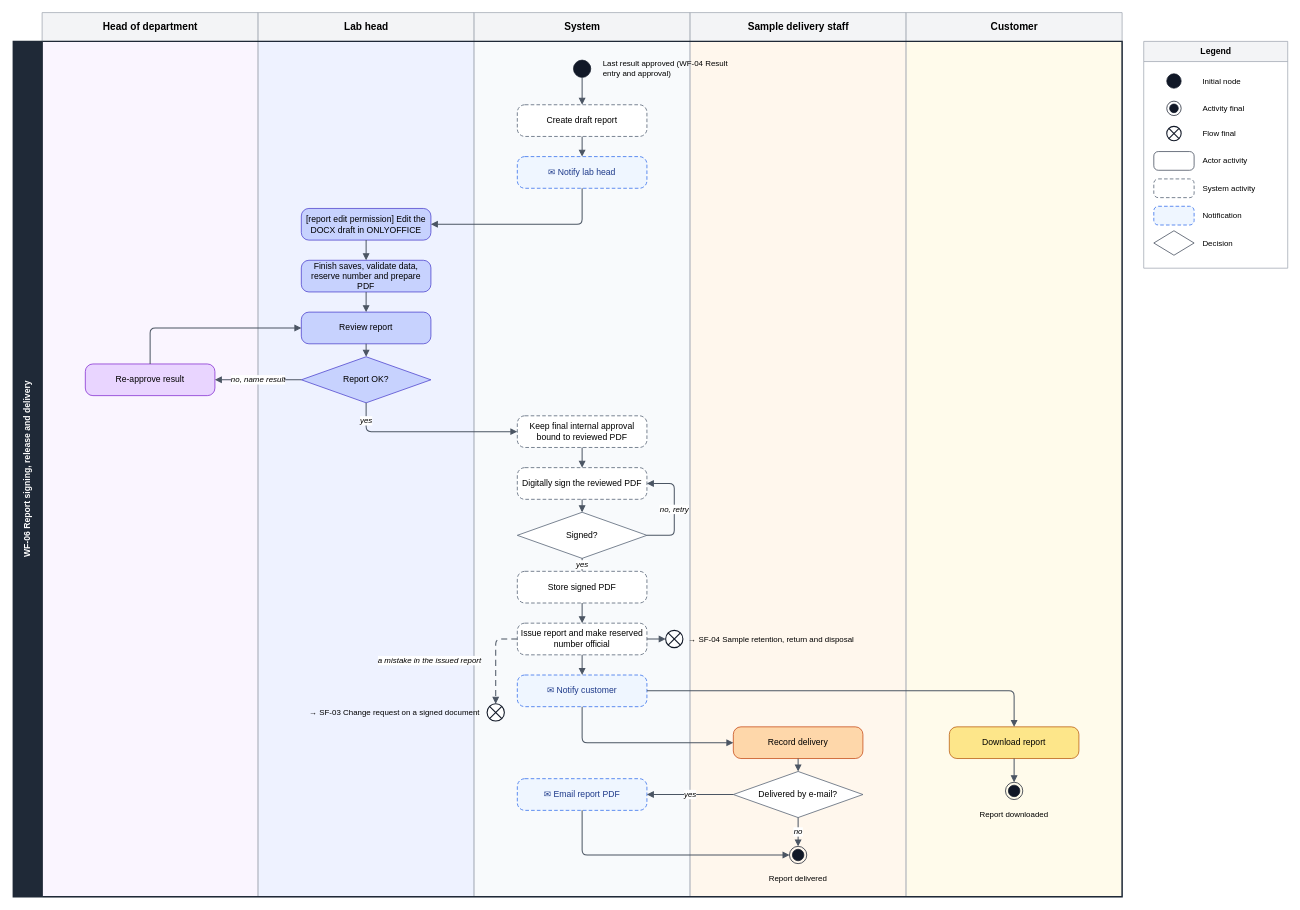
Earlier version of the draw.io diagram page "WF-06 Workflow" (1 of 2) of docs/reports/activity-diagram/flows-work-of-tuyen/[Flow] WF-06 Report signing, release and delivery.drawio (SoltuneMontepre/medilab). Source tidied: cells renumbered, new cells numbered last; positions are measured from the earlier drawing's top-left corner, leaving out a move shared by most shapes. Both pictures are drawn from the tidied source at 72%, with x=0, y=0 at pixel (13, 12).
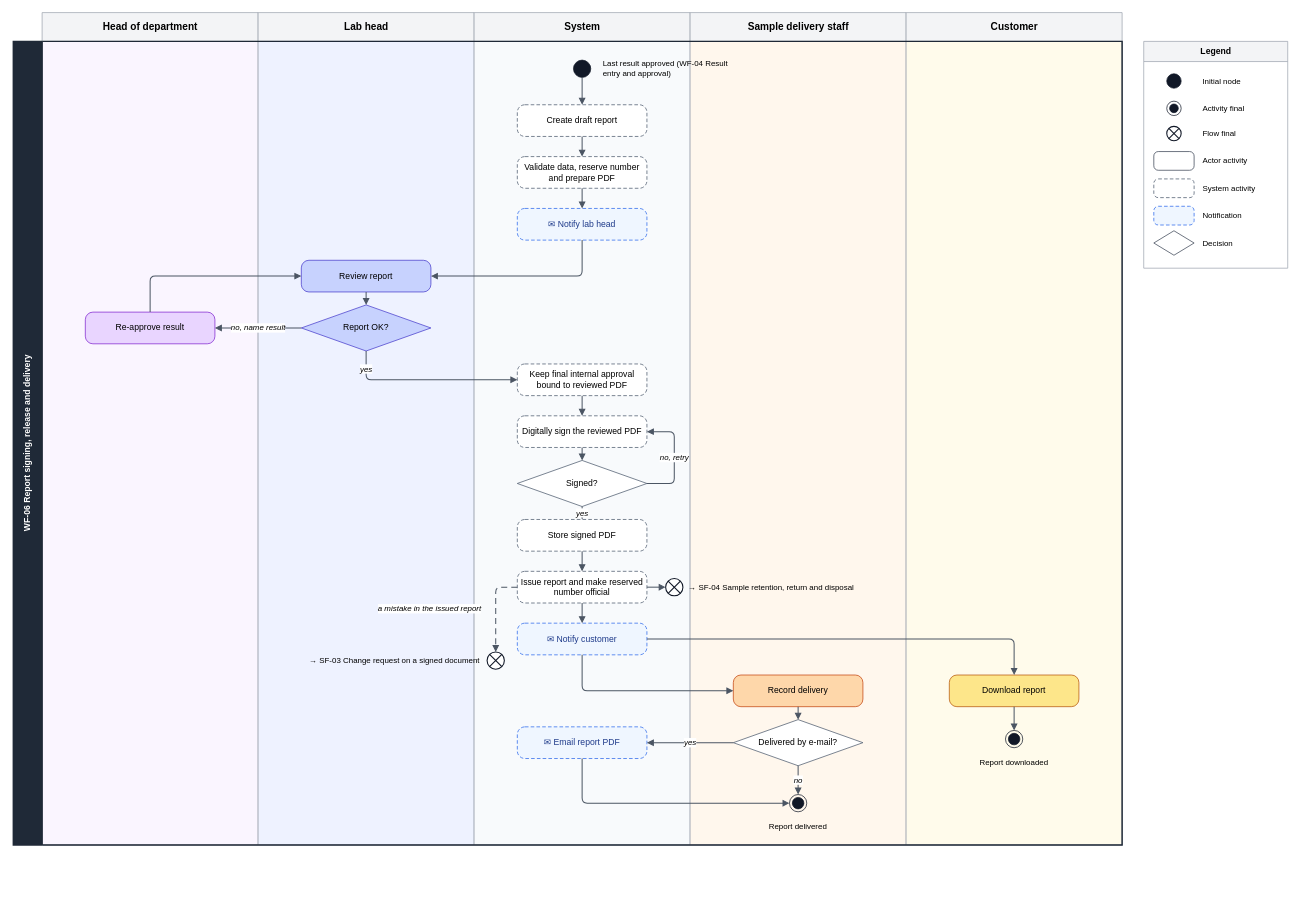
After the change.

The change refers to these unchanged cells:
```xml
<mxCell id="9" value="Create draft report" style="rounded=1;arcSize=24;dashed=1;dashPattern=5 3;whiteSpace=wrap;html=1;fontSize=12;fillColor=#FFFFFF;strokeColor=#475569;" parent="1" vertex="1">
  <mxGeometry x="700" y="128" width="180" height="44" as="geometry" />
</mxCell>
```

Change to the diagram source:
```diff
@@
     <mxCell id="2" value="Head of department" style="swimlane;startSize=40;fillColor=#F3F4F6;swimlaneFillColor=#FAF5FF;strokeColor=#9CA3AF;fontStyle=1;fontSize=14;html=1;" parent="1" vertex="1">
-      <mxGeometry x="40" width="300" height="1228" as="geometry" />
+      <mxGeometry x="40" width="300" height="1156" as="geometry" />
     </mxCell>
     <mxCell id="3" value="Lab head" style="swimlane;startSize=40;fillColor=#F3F4F6;swimlaneFillColor=#EEF2FF;strokeColor=#9CA3AF;fontStyle=1;fontSize=14;html=1;" parent="1" vertex="1">
-      <mxGeometry x="340" width="300" height="1228" as="geometry" />
+      <mxGeometry x="340" width="300" height="1156" as="geometry" />
     </mxCell>
     <mxCell id="4" value="System" style="swimlane;startSize=40;fillColor=#F3F4F6;swimlaneFillColor=#F8FAFC;strokeColor=#9CA3AF;fontStyle=1;fontSize=14;html=1;" parent="1" vertex="1">
-      <mxGeometry x="640" width="300" height="1228" as="geometry" />
+      <mxGeometry x="640" width="300" height="1156" as="geometry" />
     </mxCell>
     <mxCell id="5" value="Sample delivery staff" style="swimlane;startSize=40;fillColor=#F3F4F6;swimlaneFillColor=#FFF7ED;strokeColor=#9CA3AF;fontStyle=1;fontSize=14;html=1;" parent="1" vertex="1">
-      <mxGeometry x="940" width="300" height="1228" as="geometry" />
+      <mxGeometry x="940" width="300" height="1156" as="geometry" />
     </mxCell>
     <mxCell id="6" value="Customer" style="swimlane;startSize=40;fillColor=#F3F4F6;swimlaneFillColor=#FFFBEB;strokeColor=#9CA3AF;fontStyle=1;fontSize=14;html=1;" parent="1" vertex="1">
-      <mxGeometry x="1240" width="300" height="1228" as="geometry" />
+      <mxGeometry x="1240" width="300" height="1156" as="geometry" />
     </mxCell>
@@
     <mxCell id="10" value="✉ Notify lab head" style="rounded=1;arcSize=24;dashed=1;dashPattern=5 3;whiteSpace=wrap;html=1;fontSize=12;fillColor=#EFF6FF;strokeColor=#2563EB;fontColor=#1E3A8A;" parent="1" vertex="1">
-      <mxGeometry x="700" y="200" width="180" height="44" as="geometry" />
+      <mxGeometry x="700" y="272" width="180" height="44" as="geometry" />
     </mxCell>
-    <mxCell id="11" value="[report edit permission] Edit the DOCX draft in ONLYOFFICE" style="rounded=1;arcSize=24;whiteSpace=wrap;html=1;fontSize=12;fillColor=#C7D2FE;strokeColor=#4338CA;" parent="1" vertex="1">
-      <mxGeometry x="400" y="272" width="180" height="44" as="geometry" />
-    </mxCell>
-    <mxCell id="12" value="Finish saves, validate data, reserve number and prepare PDF" style="rounded=1;arcSize=24;whiteSpace=wrap;html=1;fontSize=12;fillColor=#C7D2FE;strokeColor=#4338CA;" parent="1" vertex="1">
-      <mxGeometry x="400" y="344" width="180" height="44" as="geometry" />
+    <mxCell id="12" value="Validate data, reserve number and prepare PDF" style="rounded=1;arcSize=24;dashed=1;dashPattern=5 3;whiteSpace=wrap;html=1;fontSize=12;fillColor=#FFFFFF;strokeColor=#475569;" parent="1" vertex="1">
+      <mxGeometry x="700" y="200" width="180" height="44" as="geometry" />
     </mxCell>
     <mxCell id="13" value="Review report" style="rounded=1;arcSize=24;whiteSpace=wrap;html=1;fontSize=12;fillColor=#C7D2FE;strokeColor=#4338CA;" parent="1" vertex="1">
-      <mxGeometry x="400" y="416" width="180" height="44" as="geometry" />
+      <mxGeometry x="400" y="344" width="180" height="44" as="geometry" />
     </mxCell>
     <mxCell id="14" value="Report OK?" style="rhombus;whiteSpace=wrap;html=1;fontSize=12;fillColor=#C7D2FE;strokeColor=#4338CA;" parent="1" vertex="1">
-      <mxGeometry x="400" y="478" width="180" height="64" as="geometry" />
+      <mxGeometry x="400" y="406" width="180" height="64" as="geometry" />
     </mxCell>
     <mxCell id="15" value="Re-approve result" style="rounded=1;arcSize=24;whiteSpace=wrap;html=1;fontSize=12;fillColor=#E9D5FF;strokeColor=#7E22CE;" parent="1" vertex="1">
-      <mxGeometry x="100" y="488" width="180" height="44" as="geometry" />
+      <mxGeometry x="100" y="416" width="180" height="44" as="geometry" />
     </mxCell>
     <mxCell id="16" value="Keep final internal approval bound to reviewed PDF" style="rounded=1;arcSize=24;dashed=1;dashPattern=5 3;whiteSpace=wrap;html=1;fontSize=12;fillColor=#FFFFFF;strokeColor=#475569;" parent="1" vertex="1">
-      <mxGeometry x="700" y="560" width="180" height="44" as="geometry" />
+      <mxGeometry x="700" y="488" width="180" height="44" as="geometry" />
     </mxCell>
     <mxCell id="17" value="Digitally sign the reviewed PDF" style="rounded=1;arcSize=24;dashed=1;dashPattern=5 3;whiteSpace=wrap;html=1;fontSize=12;fillColor=#FFFFFF;strokeColor=#475569;" parent="1" vertex="1">
-      <mxGeometry x="700" y="632" width="180" height="44" as="geometry" />
+      <mxGeometry x="700" y="560" width="180" height="44" as="geometry" />
     </mxCell>
     <mxCell id="18" value="Signed?" style="rhombus;whiteSpace=wrap;html=1;fontSize=12;fillColor=#FFFFFF;strokeColor=#475569;" parent="1" vertex="1">
-      <mxGeometry x="700" y="694" width="180" height="64" as="geometry" />
+      <mxGeometry x="700" y="622" width="180" height="64" as="geometry" />
     </mxCell>
     <mxCell id="19" value="Store signed PDF" style="rounded=1;arcSize=24;dashed=1;dashPattern=5 3;whiteSpace=wrap;html=1;fontSize=12;fillColor=#FFFFFF;strokeColor=#475569;" parent="1" vertex="1">
-      <mxGeometry x="700" y="776" width="180" height="44" as="geometry" />
+      <mxGeometry x="700" y="704" width="180" height="44" as="geometry" />
     </mxCell>
     <mxCell id="20" value="Issue report and make reserved number official" style="rounded=1;arcSize=24;dashed=1;dashPattern=5 3;whiteSpace=wrap;html=1;fontSize=12;fillColor=#FFFFFF;strokeColor=#475569;" parent="1" vertex="1">
-      <mxGeometry x="700" y="848" width="180" height="44" as="geometry" />
+      <mxGeometry x="700" y="776" width="180" height="44" as="geometry" />
     </mxCell>
     <mxCell id="21" style="shape=sumEllipse;perimeter=ellipsePerimeter;html=1;fillColor=#FFFFFF;strokeColor=#111827;strokeWidth=1.5;" parent="1" vertex="1">
-      <mxGeometry x="906" y="858" width="24" height="24" as="geometry" />
+      <mxGeometry x="906" y="786" width="24" height="24" as="geometry" />
     </mxCell>
     <mxCell id="22" value="→ SF-04 Sample retention, return and disposal" style="text;html=1;whiteSpace=wrap;fontSize=11;verticalAlign=middle;align=left;" parent="1" vertex="1">
-      <mxGeometry x="936" y="850" width="240" height="40" as="geometry" />
+      <mxGeometry x="936" y="778" width="240" height="40" as="geometry" />
     </mxCell>
     <mxCell id="23" style="shape=sumEllipse;perimeter=ellipsePerimeter;html=1;fillColor=#FFFFFF;strokeColor=#111827;strokeWidth=1.5;" parent="1" vertex="1">
-      <mxGeometry x="658" y="960" width="24" height="24" as="geometry" />
+      <mxGeometry x="658" y="888" width="24" height="24" as="geometry" />
     </mxCell>
     <mxCell id="24" value="→ SF-03 Change request on a signed document" style="text;html=1;whiteSpace=wrap;fontSize=11;verticalAlign=middle;align=right;" parent="1" vertex="1">
-      <mxGeometry x="400" y="958" width="250" height="28" as="geometry" />
+      <mxGeometry x="400" y="886" width="250" height="28" as="geometry" />
     </mxCell>
     <mxCell id="25" value="✉ Notify customer" style="rounded=1;arcSize=24;dashed=1;dashPattern=5 3;whiteSpace=wrap;html=1;fontSize=12;fillColor=#EFF6FF;strokeColor=#2563EB;fontColor=#1E3A8A;" parent="1" vertex="1">
-      <mxGeometry x="700" y="920" width="180" height="44" as="geometry" />
+      <mxGeometry x="700" y="848" width="180" height="44" as="geometry" />
     </mxCell>
     <mxCell id="26" value="Record delivery" style="rounded=1;arcSize=24;whiteSpace=wrap;html=1;fontSize=12;fillColor=#FED7AA;strokeColor=#C2410C;" parent="1" vertex="1">
-      <mxGeometry x="1000" y="992" width="180" height="44" as="geometry" />
+      <mxGeometry x="1000" y="920" width="180" height="44" as="geometry" />
     </mxCell>
     <mxCell id="27" value="Delivered by e-mail?" style="rhombus;whiteSpace=wrap;html=1;fontSize=12;fillColor=#FFFFFF;strokeColor=#475569;" parent="1" vertex="1">
-      <mxGeometry x="1000" y="1054" width="180" height="64" as="geometry" />
+      <mxGeometry x="1000" y="982" width="180" height="64" as="geometry" />
     </mxCell>
     <mxCell id="28" value="✉ Email report PDF" style="rounded=1;arcSize=24;dashed=1;dashPattern=5 3;whiteSpace=wrap;html=1;fontSize=12;fillColor=#EFF6FF;strokeColor=#2563EB;fontColor=#1E3A8A;" parent="1" vertex="1">
-      <mxGeometry x="700" y="1064" width="180" height="44" as="geometry" />
+      <mxGeometry x="700" y="992" width="180" height="44" as="geometry" />
     </mxCell>
     <mxCell id="29" style="shape=endState;html=1;fillColor=#111827;strokeColor=#111827;" parent="1" vertex="1">
-      <mxGeometry x="1078" y="1158" width="24" height="24" as="geometry" />
+      <mxGeometry x="1078" y="1086" width="24" height="24" as="geometry" />
     </mxCell>
     <mxCell id="30" value="Report delivered" style="text;html=1;whiteSpace=wrap;fontSize=11;verticalAlign=middle;align=center;" parent="1" vertex="1">
-      <mxGeometry x="965" y="1189" width="250" height="28" as="geometry" />
+      <mxGeometry x="965" y="1117" width="250" height="28" as="geometry" />
     </mxCell>
     <mxCell id="31" value="Download report" style="rounded=1;arcSize=24;whiteSpace=wrap;html=1;fontSize=12;fillColor=#FDE68A;strokeColor=#B45309;" parent="1" vertex="1">
-      <mxGeometry x="1300" y="992" width="180" height="44" as="geometry" />
+      <mxGeometry x="1300" y="920" width="180" height="44" as="geometry" />
     </mxCell>
     <mxCell id="32" style="shape=endState;html=1;fillColor=#111827;strokeColor=#111827;" parent="1" vertex="1">
-      <mxGeometry x="1378" y="1069" width="24" height="24" as="geometry" />
+      <mxGeometry x="1378" y="997" width="24" height="24" as="geometry" />
     </mxCell>
     <mxCell id="33" value="Report downloaded" style="text;html=1;whiteSpace=wrap;fontSize=11;verticalAlign=middle;align=center;" parent="1" vertex="1">
-      <mxGeometry x="1265" y="1100" width="250" height="28" as="geometry" />
+      <mxGeometry x="1265" y="1028" width="250" height="28" as="geometry" />
     </mxCell>
@@
-    <mxCell id="35" style="edgeStyle=orthogonalEdgeStyle;rounded=1;arcSize=14;strokeColor=#4B5563;strokeWidth=1.4;endArrow=block;endFill=1;endSize=6;fontSize=11;fontStyle=2;labelBackgroundColor=#ffffff;jumpStyle=arc;jumpSize=8;html=1;exitX=0.5;exitY=1;exitDx=0;exitDy=0;entryX=0.5;entryY=0;entryDx=0;entryDy=0;" parent="1" edge="1" source="9" target="10">
+    <mxCell id="35" style="edgeStyle=orthogonalEdgeStyle;rounded=1;arcSize=14;strokeColor=#4B5563;strokeWidth=1.4;endArrow=block;endFill=1;endSize=6;fontSize=11;fontStyle=2;labelBackgroundColor=#ffffff;jumpStyle=arc;jumpSize=8;html=1;exitX=0.5;exitY=1;exitDx=0;exitDy=0;entryX=0.5;entryY=0;entryDx=0;entryDy=0;" parent="1" edge="1" source="9" target="12">
       <mxGeometry relative="1" as="geometry" />
     </mxCell>
-    <mxCell id="36" style="edgeStyle=orthogonalEdgeStyle;rounded=1;arcSize=14;strokeColor=#4B5563;strokeWidth=1.4;endArrow=block;endFill=1;endSize=6;fontSize=11;fontStyle=2;labelBackgroundColor=#ffffff;jumpStyle=arc;jumpSize=8;html=1;exitX=0.5;exitY=1;exitDx=0;exitDy=0;entryX=1;entryY=0.5;entryDx=0;entryDy=0;" parent="1" edge="1" source="10" target="11">
+    <mxCell id="36" style="edgeStyle=orthogonalEdgeStyle;rounded=1;arcSize=14;strokeColor=#4B5563;strokeWidth=1.4;endArrow=block;endFill=1;endSize=6;fontSize=11;fontStyle=2;labelBackgroundColor=#ffffff;jumpStyle=arc;jumpSize=8;html=1;exitX=0.5;exitY=1;exitDx=0;exitDy=0;entryX=1;entryY=0.5;entryDx=0;entryDy=0;" parent="1" edge="1" source="10" target="13">
       <mxGeometry relative="1" as="geometry">
         <Array as="points">
-          <mxPoint x="790" y="294" />
+          <mxPoint x="790" y="366" />
         </Array>
       </mxGeometry>
     </mxCell>
-    <mxCell id="37" style="edgeStyle=orthogonalEdgeStyle;rounded=1;arcSize=14;strokeColor=#4B5563;strokeWidth=1.4;endArrow=block;endFill=1;endSize=6;fontSize=11;fontStyle=2;labelBackgroundColor=#ffffff;jumpStyle=arc;jumpSize=8;html=1;exitX=0.5;exitY=1;exitDx=0;exitDy=0;entryX=0.5;entryY=0;entryDx=0;entryDy=0;" parent="1" edge="1" source="11" target="12">
+    <mxCell id="37" style="edgeStyle=orthogonalEdgeStyle;rounded=1;arcSize=14;strokeColor=#4B5563;strokeWidth=1.4;endArrow=block;endFill=1;endSize=6;fontSize=11;fontStyle=2;labelBackgroundColor=#ffffff;jumpStyle=arc;jumpSize=8;html=1;exitX=0.5;exitY=1;exitDx=0;exitDy=0;entryX=0.5;entryY=0;entryDx=0;entryDy=0;" parent="1" edge="1" source="12" target="10">
       <mxGeometry relative="1" as="geometry" />
     </mxCell>
-    <mxCell id="38" style="edgeStyle=orthogonalEdgeStyle;rounded=1;arcSize=14;strokeColor=#4B5563;strokeWidth=1.4;endArrow=block;endFill=1;endSize=6;fontSize=11;fontStyle=2;labelBackgroundColor=#ffffff;jumpStyle=arc;jumpSize=8;html=1;exitX=0.5;exitY=1;exitDx=0;exitDy=0;entryX=0.5;entryY=0;entryDx=0;entryDy=0;" parent="1" edge="1" source="12" target="13">
-      <mxGeometry relative="1" as="geometry" />
-    </mxCell>
@@
     <mxCell id="41" style="edgeStyle=orthogonalEdgeStyle;rounded=1;arcSize=14;strokeColor=#4B5563;strokeWidth=1.4;endArrow=block;endFill=1;endSize=6;fontSize=11;fontStyle=2;labelBackgroundColor=#ffffff;jumpStyle=arc;jumpSize=8;html=1;exitX=0.5;exitY=0;exitDx=0;exitDy=0;entryX=0;entryY=0.5;entryDx=0;entryDy=0;" parent="1" edge="1" source="15" target="13">
       <mxGeometry relative="1" as="geometry">
         <Array as="points">
-          <mxPoint x="190" y="438" />
+          <mxPoint x="190" y="366" />
         </Array>
       </mxGeometry>
     </mxCell>
@@
     <mxCell id="45" value="no, retry" style="edgeStyle=orthogonalEdgeStyle;rounded=1;arcSize=14;strokeColor=#4B5563;strokeWidth=1.4;endArrow=block;endFill=1;endSize=6;fontSize=11;fontStyle=2;labelBackgroundColor=#ffffff;jumpStyle=arc;jumpSize=8;html=1;exitX=1;exitY=0.5;exitDx=0;exitDy=0;entryX=1;entryY=0.5;entryDx=0;entryDy=0;" parent="1" edge="1" source="18" target="17">
       <mxGeometry relative="1" as="geometry">
         <Array as="points">
-          <mxPoint x="918" y="726" />
           <mxPoint x="918" y="654" />
+          <mxPoint x="918" y="582" />
         </Array>
       </mxGeometry>
     </mxCell>
@@
     <mxCell id="50" value="a mistake in the issued report" style="edgeStyle=orthogonalEdgeStyle;rounded=1;arcSize=14;strokeColor=#4B5563;strokeWidth=1.4;endArrow=block;endFill=1;endSize=6;fontSize=11;fontStyle=2;labelBackgroundColor=#ffffff;jumpStyle=arc;jumpSize=8;html=1;exitX=0;exitY=0.5;exitDx=0;exitDy=0;entryX=0.5;entryY=0;entryDx=0;entryDy=0;dashed=1;dashPattern=6 4;" parent="1" edge="1" source="20" target="23">
       <mxGeometry relative="1" as="geometry">
         <Array as="points">
-          <mxPoint x="670" y="870" />
+          <mxPoint x="670" y="798" />
         </Array>
         <mxPoint x="-92" as="offset" />
       </mxGeometry>
     </mxCell>
     <mxCell id="51" style="edgeStyle=orthogonalEdgeStyle;rounded=1;arcSize=14;strokeColor=#4B5563;strokeWidth=1.4;endArrow=block;endFill=1;endSize=6;fontSize=11;fontStyle=2;labelBackgroundColor=#ffffff;jumpStyle=arc;jumpSize=8;html=1;exitX=0.5;exitY=1;exitDx=0;exitDy=0;entryX=0;entryY=0.5;entryDx=0;entryDy=0;" parent="1" edge="1" source="25" target="26">
       <mxGeometry relative="1" as="geometry">
         <Array as="points">
-          <mxPoint x="790" y="1014" />
+          <mxPoint x="790" y="942" />
         </Array>
       </mxGeometry>
     </mxCell>
     <mxCell id="52" style="edgeStyle=orthogonalEdgeStyle;rounded=1;arcSize=14;strokeColor=#4B5563;strokeWidth=1.4;endArrow=block;endFill=1;endSize=6;fontSize=11;fontStyle=2;labelBackgroundColor=#ffffff;jumpStyle=arc;jumpSize=8;html=1;exitX=1;exitY=0.5;exitDx=0;exitDy=0;entryX=0.5;entryY=0;entryDx=0;entryDy=0;" parent="1" edge="1" source="25" target="31">
       <mxGeometry relative="1" as="geometry">
         <Array as="points">
-          <mxPoint x="1390" y="942" />
+          <mxPoint x="1390" y="870" />
         </Array>
       </mxGeometry>
     </mxCell>
@@
     <mxCell id="55" style="edgeStyle=orthogonalEdgeStyle;rounded=1;arcSize=14;strokeColor=#4B5563;strokeWidth=1.4;endArrow=block;endFill=1;endSize=6;fontSize=11;fontStyle=2;labelBackgroundColor=#ffffff;jumpStyle=arc;jumpSize=8;html=1;exitX=0.5;exitY=1;exitDx=0;exitDy=0;entryX=0;entryY=0.5;entryDx=0;entryDy=0;" parent="1" edge="1" source="28" target="29">
       <mxGeometry relative="1" as="geometry">
         <Array as="points">
-          <mxPoint x="790" y="1170" />
+          <mxPoint x="790" y="1098" />
         </Array>
       </mxGeometry>
     </mxCell>
@@
     <mxCell id="58" value="WF-06 Report signing, release and delivery" style="swimlane;horizontal=0;startSize=40;fillColor=#1F2937;fontColor=#FFFFFF;swimlaneFillColor=none;strokeColor=#1F2937;strokeWidth=2;fontStyle=1;fontSize=12;whiteSpace=wrap;html=1;" parent="1" vertex="1">
-      <mxGeometry y="40" width="1540" height="1188" as="geometry" />
+      <mxGeometry y="40" width="1540" height="1116" as="geometry" />
     </mxCell>
```
